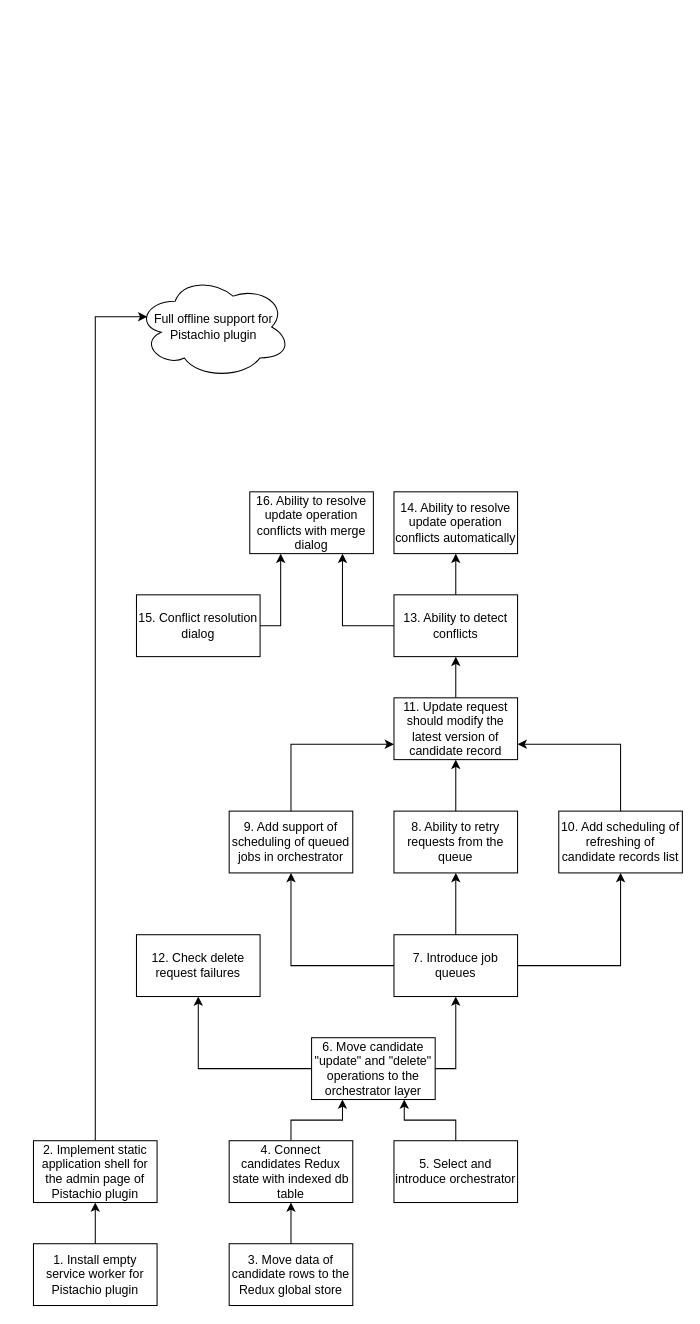
Above: high-level/tasks_planning.drawio in AlexeyPopovUA/a8c-diagrams (draw.io), before the change. Source tidied: cells renumbered, new cells numbered last; positions are measured from the earlier drawing's top-left corner, leaving out a move shared by most shapes. Both pictures are drawn from the tidied source at 103%, with x=0, y=0 at pixel (33, 275).
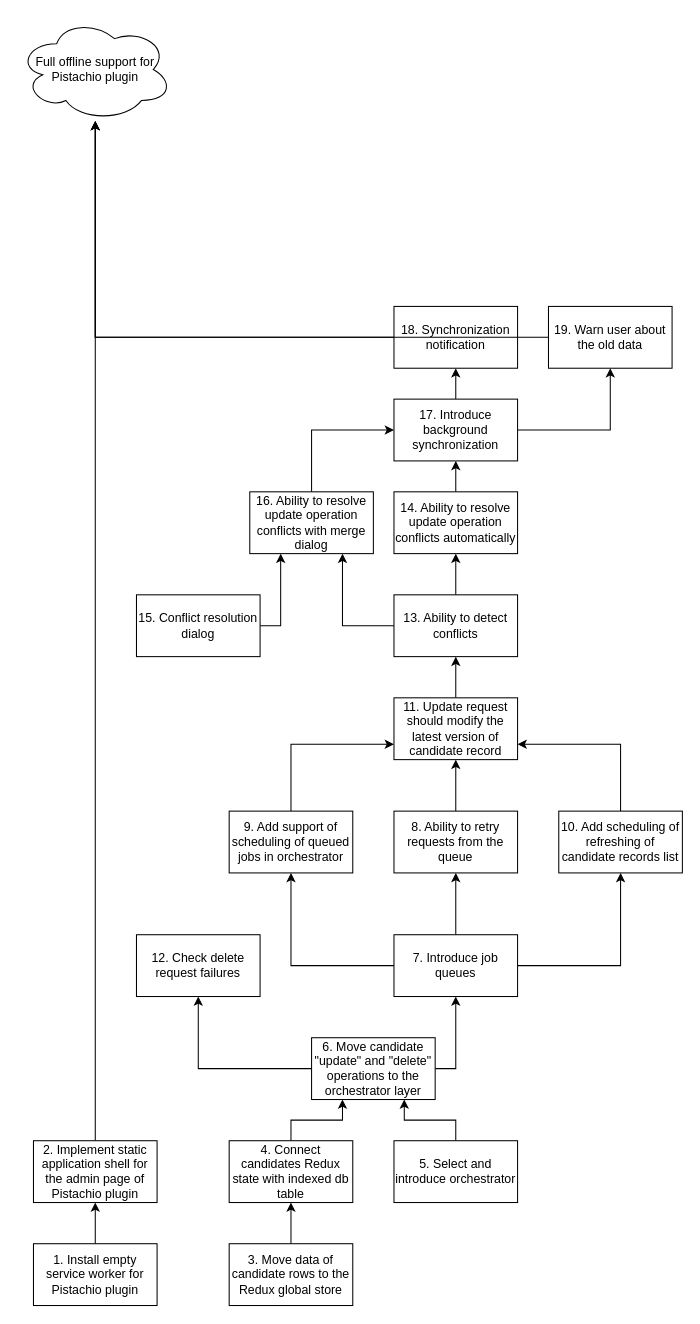
The same diagram, later.

Unchanged cells that the change refers to:
```xml
<mxCell id="6" value="2. Implement static application shell for the admin page of Pistachio plugin" style="rounded=0;whiteSpace=wrap;html=1;" parent="1" vertex="1">
  <mxGeometry y="840" width="120" height="60" as="geometry" />
</mxCell>
<mxCell id="32" value="14. Ability to resolve update operation conflicts automatically" style="rounded=0;whiteSpace=wrap;html=1;" parent="1" vertex="1">
  <mxGeometry x="350" y="210" width="120" height="60" as="geometry" />
</mxCell>
<mxCell id="35" value="16. Ability to resolve update operation conflicts with merge dialog" style="rounded=0;whiteSpace=wrap;html=1;" parent="1" vertex="1">
  <mxGeometry x="210" y="210" width="120" height="60" as="geometry" />
</mxCell>
```

The edit, as a diff of the source:
```diff
@@
     <mxCell id="2" value="Full offline support for Pistachio plugin" style="ellipse;shape=cloud;whiteSpace=wrap;html=1;" parent="1" vertex="1">
-      <mxGeometry x="100" width="150" height="100" as="geometry" />
+      <mxGeometry x="-15" y="-250" width="150" height="100" as="geometry" />
     </mxCell>
@@
-    <mxCell id="5" style="edgeStyle=orthogonalEdgeStyle;rounded=0;jettySize=auto;html=1;entryX=0.07;entryY=0.4;entryDx=0;entryDy=0;entryPerimeter=0;exitX=0.5;exitY=0;exitDx=0;exitDy=0;" parent="1" edge="1" source="6" target="2">
-      <mxGeometry relative="1" as="geometry">
-        <Array as="points">
-          <mxPoint x="60" y="40" />
-        </Array>
-      </mxGeometry>
+    <mxCell id="5" style="edgeStyle=orthogonalEdgeStyle;rounded=0;jettySize=auto;html=1;" parent="1" edge="1" source="6" target="2">
+      <mxGeometry relative="1" as="geometry" />
     </mxCell>
@@
+    <mxCell id="36" style="edgeStyle=orthogonalEdgeStyle;rounded=0;jettySize=auto;html=1;entryX=0.5;entryY=1;entryDx=0;entryDy=0;" parent="1" edge="1" source="32" target="40">
+      <mxGeometry relative="1" as="geometry" />
+    </mxCell>
@@
+    <mxCell id="37" style="edgeStyle=orthogonalEdgeStyle;rounded=0;jettySize=auto;html=1;entryX=0;entryY=0.5;entryDx=0;entryDy=0;exitX=0.5;exitY=0;exitDx=0;exitDy=0;" parent="1" edge="1" source="35" target="40">
+      <mxGeometry relative="1" as="geometry" />
+    </mxCell>
@@
+    <mxCell id="38" style="edgeStyle=orthogonalEdgeStyle;rounded=0;jettySize=auto;html=1;entryX=0.5;entryY=1;entryDx=0;entryDy=0;" parent="1" edge="1" source="40" target="42">
+      <mxGeometry relative="1" as="geometry" />
+    </mxCell>
+    <mxCell id="39" style="edgeStyle=orthogonalEdgeStyle;rounded=0;jettySize=auto;html=1;entryX=0.5;entryY=1;entryDx=0;entryDy=0;" parent="1" edge="1" source="40" target="44">
+      <mxGeometry relative="1" as="geometry" />
+    </mxCell>
+    <mxCell id="40" value="17. Introduce background synchronization" style="rounded=0;whiteSpace=wrap;html=1;" parent="1" vertex="1">
+      <mxGeometry x="350" y="120" width="120" height="60" as="geometry" />
+    </mxCell>
+    <mxCell id="41" style="edgeStyle=orthogonalEdgeStyle;rounded=0;jettySize=auto;html=1;" parent="1" edge="1" source="42" target="2">
+      <mxGeometry relative="1" as="geometry" />
+    </mxCell>
+    <mxCell id="42" value="18. Synchronization notification" style="rounded=0;whiteSpace=wrap;html=1;" parent="1" vertex="1">
+      <mxGeometry x="350" y="30" width="120" height="60" as="geometry" />
+    </mxCell>
+    <mxCell id="43" style="edgeStyle=orthogonalEdgeStyle;rounded=0;jettySize=auto;html=1;" parent="1" edge="1" source="44" target="2">
+      <mxGeometry relative="1" as="geometry" />
+    </mxCell>
+    <mxCell id="44" value="19. Warn user about the old data" style="rounded=0;whiteSpace=wrap;html=1;" parent="1" vertex="1">
+      <mxGeometry x="500" y="30" width="120" height="60" as="geometry" />
+    </mxCell>
```
